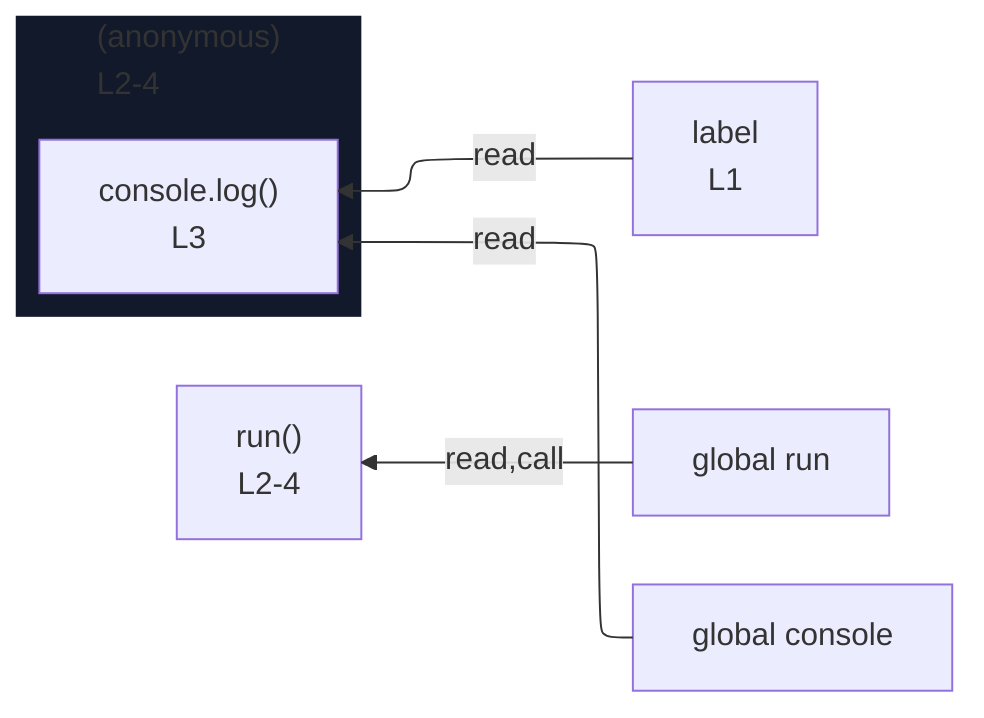
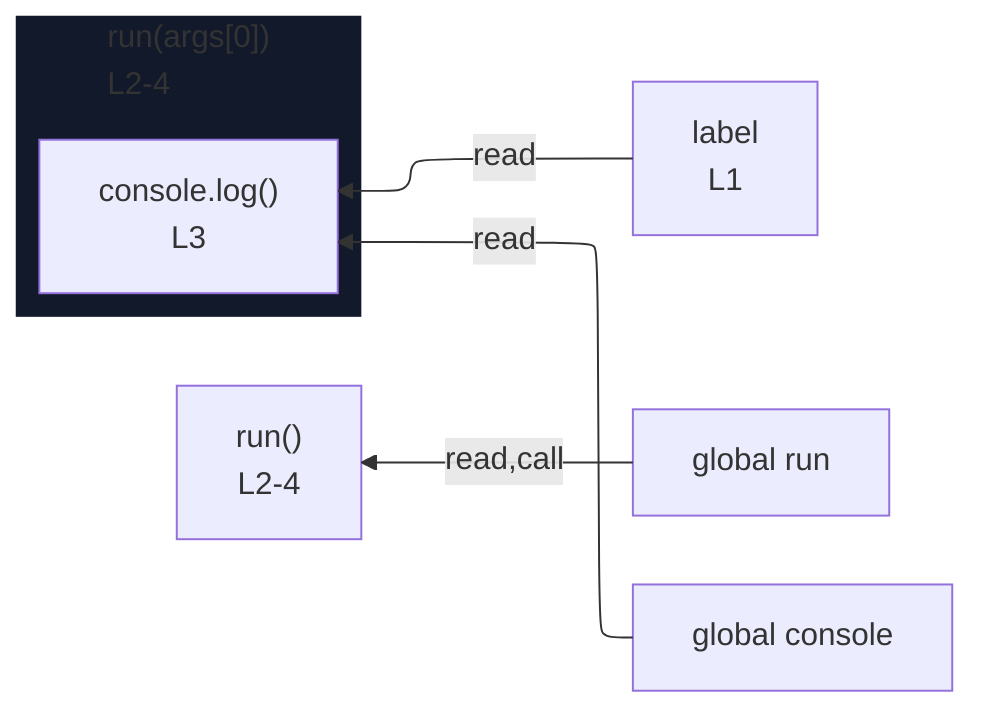
%%{init: {"flowchart": {"defaultRenderer": "elk"}}}%%
flowchart RL
  n_scope_0_label_6["label<br/>L1"]
  n_scope_0_run_23["global run"]
  n_scope_0_console_37["global console"]
-   subgraph s_scope_1["(anonymous)<br/>L2-4"]
+   subgraph s_scope_1["run(args[0])<br/>L2-4"]
    direction RL
    expr_stmt_37["console.log()<br/>L3"]
  end
  n_scope_0_run_23 -->|read,call| expr_stmt_23
  n_scope_0_console_37 -->|read| expr_stmt_37
  n_scope_0_label_6 -->|read| expr_stmt_37
  expr_stmt_23["run()<br/>L2-4"]
  classDef nestL1 fill:#11192a,stroke:transparent;
  class s_scope_1 nestL1;
